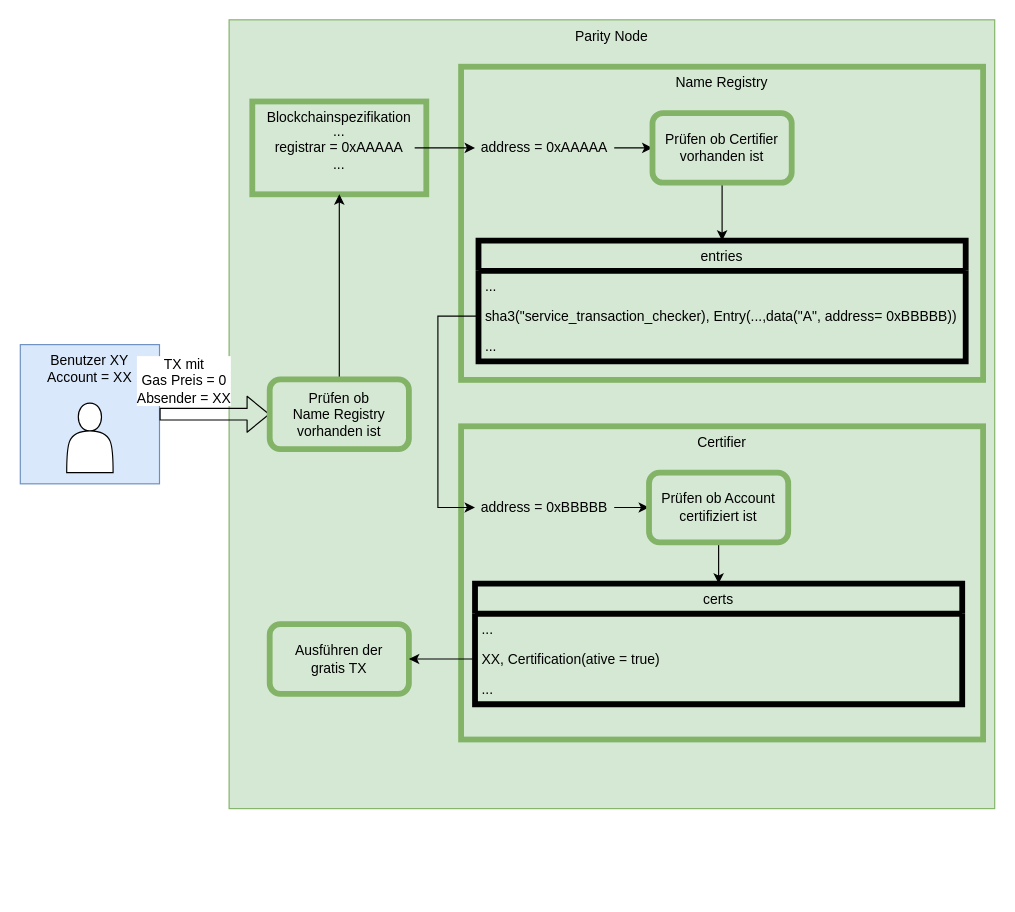
This is Report/images/src/parity_node.drawio from Geryones/BlockChain_TransactionManager, a draw.io file, before an edit. Source tidied: cells renumbered, new cells numbered last; positions are measured from the earlier drawing's top-left corner, leaving out a move shared by most shapes. Both pictures are drawn from the tidied source at 116%, with x=0, y=0 at pixel (20, 20).
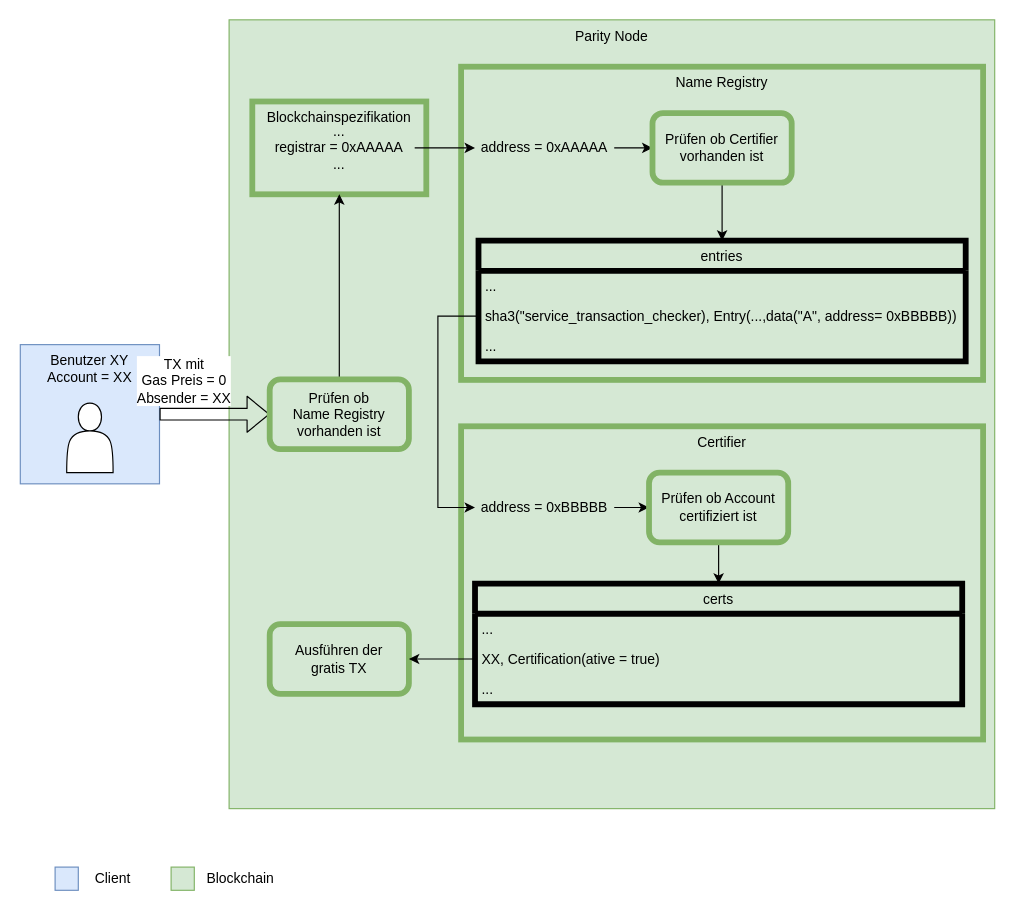
Above is the later version.

What changed in the source:
```diff
@@
+    <mxCell id="33" style="rounded=0;whiteSpace=wrap;html=1;fillColor=#dae8fc;strokeColor=#6c8ebf;" parent="1" vertex="1">
+      <mxGeometry x="30" y="730" width="20" height="20" as="geometry" />
+    </mxCell>
+    <mxCell id="34" value="Client" style="text;html=1;strokeColor=none;fillColor=none;align=center;verticalAlign=middle;whiteSpace=wrap;rounded=0;" parent="1" vertex="1">
+      <mxGeometry x="60" y="730" width="40" height="20" as="geometry" />
+    </mxCell>
+    <mxCell id="35" style="rounded=0;whiteSpace=wrap;html=1;fillColor=#d5e8d4;strokeColor=#82b366;" parent="1" vertex="1">
+      <mxGeometry x="130" y="730" width="20" height="20" as="geometry" />
+    </mxCell>
+    <mxCell id="36" value="Blockchain" style="text;html=1;align=center;verticalAlign=middle;whiteSpace=wrap;rounded=0;" parent="1" vertex="1">
+      <mxGeometry x="170" y="730" width="40" height="20" as="geometry" />
+    </mxCell>
```
